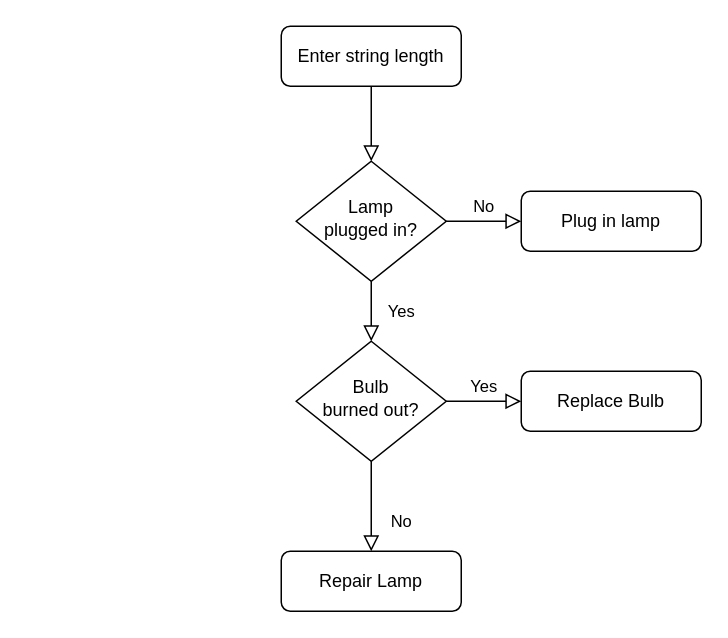
Above: Lab2/Lab2pt1_flowchart.drawio in lockgeno/EGRE426-Labs (draw.io), before the change. Source tidied: cells renumbered, new cells numbered last; positions are measured from the earlier drawing's top-left corner, leaving out a move shared by most shapes. Both pictures are drawn from the tidied source at 150%, with x=0, y=0 at pixel (280, 26).
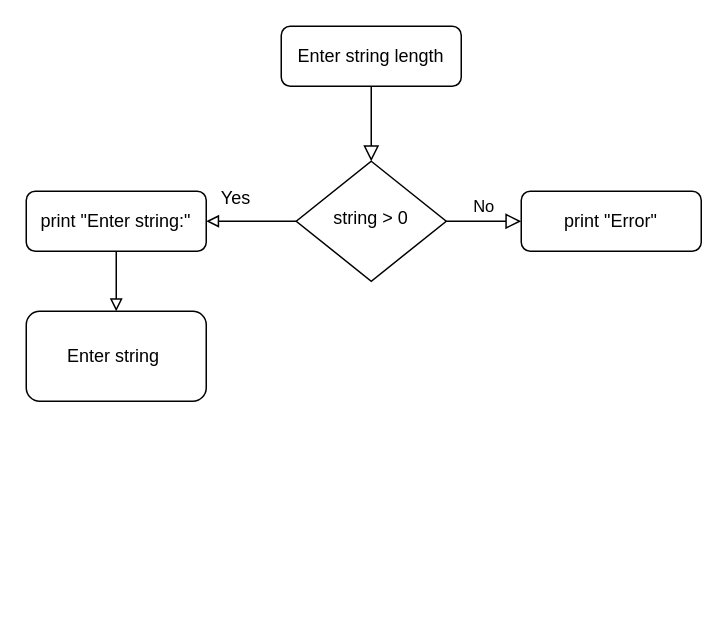
The same diagram, later.

Commit message (it also covers changes not shown here):
finished the palindrone part of the lab

What changed in the source:
```diff
@@
 <mxGraphModel>
   <root>
     <mxCell id="0" />
     <mxCell id="1" parent="0" />
     <mxCell id="2" style="rounded=0;html=1;jettySize=auto;fontSize=11;endArrow=block;endFill=0;endSize=8;strokeWidth=1;shadow=0;labelBackgroundColor=none;edgeStyle=orthogonalEdgeStyle;" parent="1" edge="1" source="3" target="6">
       <mxGeometry relative="1" as="geometry" />
     </mxCell>
     <mxCell id="3" value="Enter string length" style="rounded=1;whiteSpace=wrap;html=1;fontSize=12;glass=0;strokeWidth=1;shadow=0;" parent="1" vertex="1">
       <mxGeometry width="120" height="40" as="geometry" />
     </mxCell>
-    <mxCell id="4" value="Yes" style="rounded=0;html=1;jettySize=auto;fontSize=11;endArrow=block;endFill=0;endSize=8;strokeWidth=1;shadow=0;labelBackgroundColor=none;edgeStyle=orthogonalEdgeStyle;" parent="1" edge="1" source="6" target="10">
-      <mxGeometry y="20" relative="1" as="geometry" />
-    </mxCell>
     <mxCell id="5" value="No" style="edgeStyle=orthogonalEdgeStyle;rounded=0;html=1;jettySize=auto;fontSize=11;endArrow=block;endFill=0;endSize=8;strokeWidth=1;shadow=0;labelBackgroundColor=none;" parent="1" edge="1" source="6" target="7">
       <mxGeometry y="10" relative="1" as="geometry" />
     </mxCell>
+    <mxCell id="13" style="edgeStyle=orthogonalEdgeStyle;rounded=0;jettySize=auto;html=1;entryX=1;entryY=0.5;entryDx=0;entryDy=0;endArrow=block;endFill=0;" parent="1" edge="1" source="6" target="15">
+      <mxGeometry relative="1" as="geometry" />
+    </mxCell>
-    <mxCell id="6" value="Lamp&lt;br&gt;plugged in?" style="rhombus;whiteSpace=wrap;html=1;shadow=0;fontFamily=Helvetica;fontSize=12;align=center;strokeWidth=1;spacing=6;spacingTop=-4;" parent="1" vertex="1">
+    <mxCell id="6" value="string &amp;gt; 0" style="rhombus;whiteSpace=wrap;html=1;shadow=0;fontFamily=Helvetica;fontSize=12;align=center;strokeWidth=1;spacing=6;spacingTop=-4;" parent="1" vertex="1">
       <mxGeometry x="10" y="90" width="100" height="80" as="geometry" />
     </mxCell>
-    <mxCell id="7" value="Plug in lamp" style="rounded=1;whiteSpace=wrap;html=1;fontSize=12;glass=0;strokeWidth=1;shadow=0;" parent="1" vertex="1">
+    <mxCell id="7" value="print &quot;Error&quot;" style="rounded=1;whiteSpace=wrap;html=1;fontSize=12;glass=0;strokeWidth=1;shadow=0;" parent="1" vertex="1">
       <mxGeometry x="160" y="110" width="120" height="40" as="geometry" />
     </mxCell>
-    <mxCell id="8" value="No" style="rounded=0;html=1;jettySize=auto;fontSize=11;endArrow=block;endFill=0;endSize=8;strokeWidth=1;shadow=0;labelBackgroundColor=none;edgeStyle=orthogonalEdgeStyle;" parent="1" edge="1" source="10" target="11">
-      <mxGeometry x="0.33" y="20" relative="1" as="geometry" />
-    </mxCell>
-    <mxCell id="9" value="Yes" style="edgeStyle=orthogonalEdgeStyle;rounded=0;html=1;jettySize=auto;fontSize=11;endArrow=block;endFill=0;endSize=8;strokeWidth=1;shadow=0;labelBackgroundColor=none;" parent="1" edge="1" source="10" target="12">
-      <mxGeometry y="10" relative="1" as="geometry" />
-    </mxCell>
-    <mxCell id="10" value="Bulb&lt;br&gt;burned out?" style="rhombus;whiteSpace=wrap;html=1;shadow=0;fontFamily=Helvetica;fontSize=12;align=center;strokeWidth=1;spacing=6;spacingTop=-4;" parent="1" vertex="1">
-      <mxGeometry x="10" y="210" width="100" height="80" as="geometry" />
-    </mxCell>
-    <mxCell id="11" value="Repair Lamp" style="rounded=1;whiteSpace=wrap;html=1;fontSize=12;glass=0;strokeWidth=1;shadow=0;" parent="1" vertex="1">
-      <mxGeometry y="350" width="120" height="40" as="geometry" />
-    </mxCell>
-    <mxCell id="12" value="Replace Bulb" style="rounded=1;whiteSpace=wrap;html=1;fontSize=12;glass=0;strokeWidth=1;shadow=0;" parent="1" vertex="1">
-      <mxGeometry x="160" y="230" width="120" height="40" as="geometry" />
-    </mxCell>
+    <mxCell id="14" style="edgeStyle=orthogonalEdgeStyle;rounded=0;jettySize=auto;html=1;entryX=0.5;entryY=0;entryDx=0;entryDy=0;endArrow=block;endFill=0;" parent="1" edge="1" source="15" target="17">
+      <mxGeometry relative="1" as="geometry" />
+    </mxCell>
+    <mxCell id="15" value="print &quot;Enter string:&quot;" style="rounded=1;whiteSpace=wrap;html=1;fontSize=12;glass=0;strokeWidth=1;shadow=0;" parent="1" vertex="1">
+      <mxGeometry x="-170" y="110" width="120" height="40" as="geometry" />
+    </mxCell>
+    <mxCell id="16" value="Yes" style="text;html=1;strokeColor=none;fillColor=none;align=center;verticalAlign=middle;whiteSpace=wrap;rounded=0;" parent="1" vertex="1">
+      <mxGeometry x="-60" y="100" width="60" height="30" as="geometry" />
+    </mxCell>
+    <mxCell id="17" value="Enter string&amp;nbsp;" style="rounded=1;whiteSpace=wrap;html=1;" parent="1" vertex="1">
+      <mxGeometry x="-170" y="190" width="120" height="60" as="geometry" />
+    </mxCell>
   </root>
 </mxGraphModel>
```
